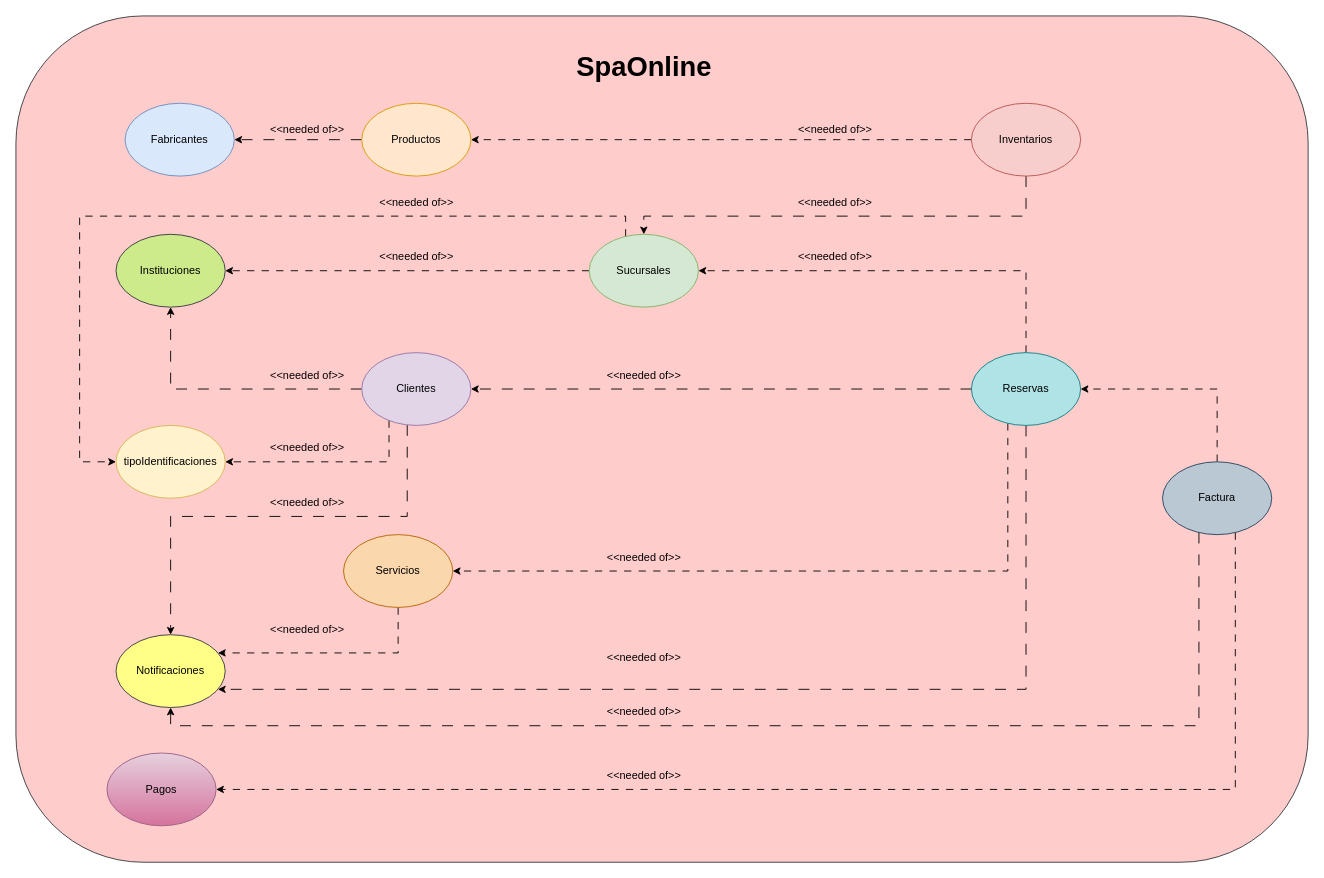
This is page "2. ModeloContextoDeLimitado" (2 of 16) of SpaOnline/ModeloDominioSpa.drawio from cristianospina/DOO, a draw.io file, before an edit. Source tidied: cells renumbered, new cells numbered last; positions are measured from the earlier drawing's top-left corner, leaving out a move shared by most shapes. Both pictures are drawn from the tidied source at 91%, with x=0, y=0 at pixel (15, 15).
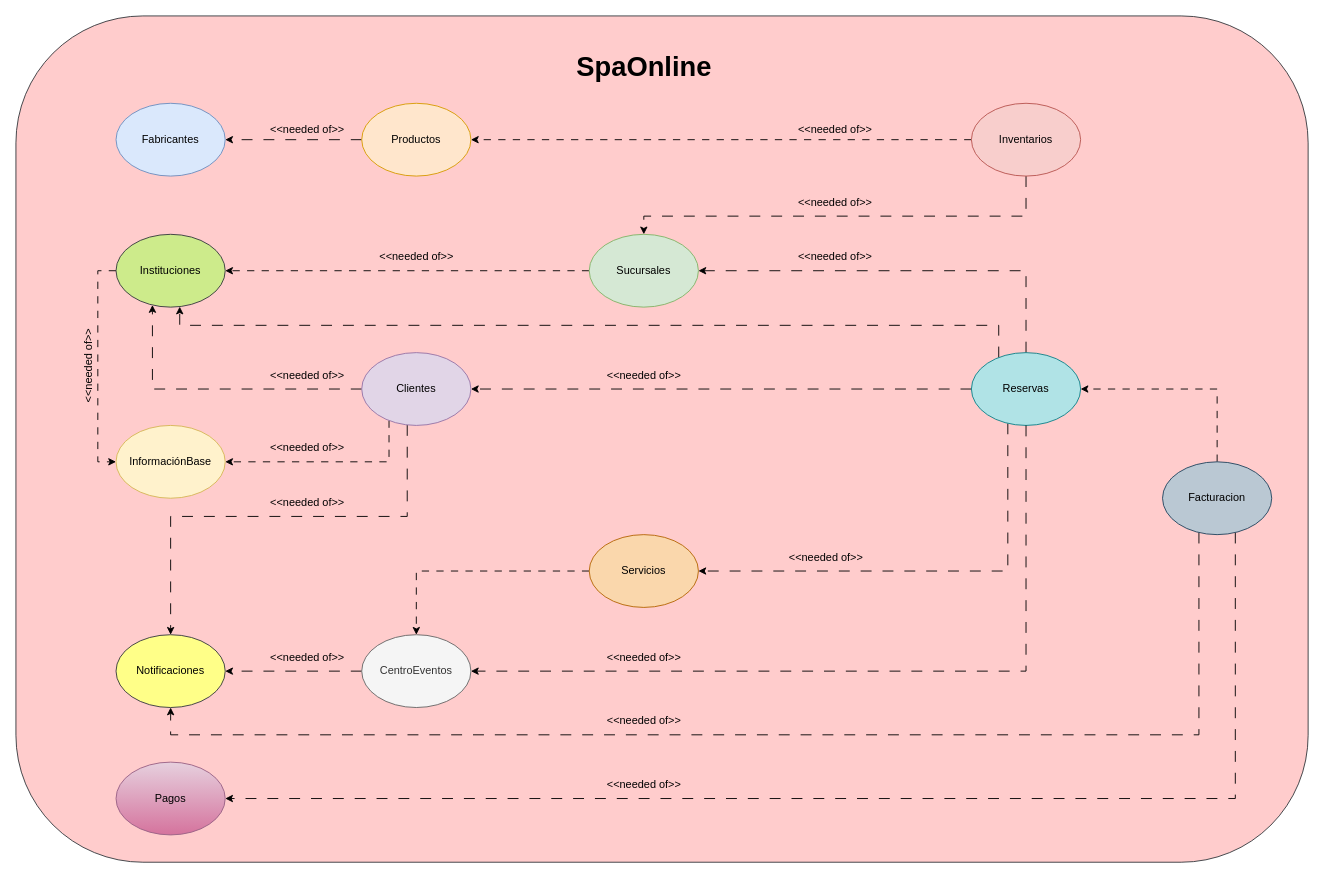
The same diagram, later.

The change refers to these unchanged cells:
```xml
<mxCell id="11" value="Sucursales" style="ellipse;whiteSpace=wrap;html=1;fillColor=#d5e8d4;strokeColor=#82b366;" parent="1" vertex="1">
  <mxGeometry x="630" y="240" width="120" height="80" as="geometry" />
</mxCell>
<mxCell id="22" value="Reservas" style="ellipse;whiteSpace=wrap;html=1;fillColor=#b0e3e6;strokeColor=#0e8088;" parent="1" vertex="1">
  <mxGeometry x="1050" y="370" width="120" height="80" as="geometry" />
</mxCell>
<mxCell id="23" value="Notificaciones" style="ellipse;whiteSpace=wrap;html=1;fillColor=#ffff88;strokeColor=#36393d;" parent="1" vertex="1">
  <mxGeometry x="110" y="680" width="120" height="80" as="geometry" />
</mxCell>
<mxCell id="24" value="Instituciones" style="ellipse;whiteSpace=wrap;html=1;fillColor=#cdeb8b;strokeColor=#36393d;" parent="1" vertex="1">
  <mxGeometry x="110" y="240" width="120" height="80" as="geometry" />
</mxCell>
<mxCell id="37" value="Clientes" style="ellipse;whiteSpace=wrap;html=1;fillColor=#e1d5e7;strokeColor=#9673a6;" parent="1" vertex="1">
  <mxGeometry x="380" y="370" width="120" height="80" as="geometry" />
</mxCell>
```

The edit, as a diff of the source:
```diff
@@
     <mxCell id="3" value="Fabricantes" style="ellipse;whiteSpace=wrap;html=1;fillColor=#dae8fc;strokeColor=#6c8ebf;" parent="1" vertex="1">
-      <mxGeometry x="120" y="96" width="120" height="80" as="geometry" />
+      <mxGeometry x="110" y="96" width="120" height="80" as="geometry" />
     </mxCell>
@@
-    <mxCell id="10" style="edgeStyle=orthogonalEdgeStyle;rounded=0;jettySize=auto;html=1;dashed=1;dashPattern=8 8;" parent="1" edge="1" source="11" target="42">
+    <mxCell id="10" style="edgeStyle=orthogonalEdgeStyle;rounded=0;jettySize=auto;html=1;dashed=1;dashPattern=8 8;" parent="1" edge="1" source="24" target="42">
       <mxGeometry relative="1" as="geometry">
         <Array as="points">
-          <mxPoint x="670" y="220" />
-          <mxPoint x="70" y="220" />
-          <mxPoint x="70" y="490" />
+          <mxPoint x="90" y="280" />
+          <mxPoint x="90" y="490" />
         </Array>
       </mxGeometry>
     </mxCell>
@@
     <mxCell id="13" style="edgeStyle=orthogonalEdgeStyle;rounded=0;jettySize=auto;html=1;dashed=1;dashPattern=12 12;" parent="1" edge="1" source="15" target="23">
       <mxGeometry relative="1" as="geometry">
         <Array as="points">
-          <mxPoint x="1300" y="780" />
-          <mxPoint x="170" y="780" />
+          <mxPoint x="1300" y="790" />
+          <mxPoint x="170" y="790" />
         </Array>
       </mxGeometry>
     </mxCell>
-    <mxCell id="14" style="edgeStyle=orthogonalEdgeStyle;rounded=0;jettySize=auto;html=1;dashed=1;dashPattern=8 8;" parent="1" edge="1" source="15" target="45">
+    <mxCell id="14" style="edgeStyle=orthogonalEdgeStyle;rounded=0;jettySize=auto;html=1;dashed=1;dashPattern=12 12;" parent="1" edge="1" source="15" target="45">
       <mxGeometry relative="1" as="geometry">
         <Array as="points">
-          <mxPoint x="1340" y="850" />
+          <mxPoint x="1340" y="860" />
         </Array>
       </mxGeometry>
     </mxCell>
-    <mxCell id="15" value="Factura" style="ellipse;whiteSpace=wrap;html=1;fillColor=#bac8d3;strokeColor=#23445d;" parent="1" vertex="1">
+    <mxCell id="15" value="Facturacion" style="ellipse;whiteSpace=wrap;html=1;fillColor=#bac8d3;strokeColor=#23445d;" parent="1" vertex="1">
       <mxGeometry x="1260" y="490" width="120" height="80" as="geometry" />
     </mxCell>
-    <mxCell id="16" style="edgeStyle=orthogonalEdgeStyle;rounded=0;jettySize=auto;html=1;dashed=1;dashPattern=8 8;" parent="1" edge="1" source="17" target="23">
+    <mxCell id="16" style="edgeStyle=orthogonalEdgeStyle;rounded=0;jettySize=auto;html=1;dashed=1;dashPattern=8 8;" parent="1" edge="1" source="17" target="49">
       <mxGeometry relative="1" as="geometry">
         <Array as="points">
-          <mxPoint x="420" y="700" />
+          <mxPoint x="440" y="610" />
         </Array>
       </mxGeometry>
     </mxCell>
     <mxCell id="17" value="Servicios" style="ellipse;whiteSpace=wrap;html=1;fillColor=#fad7ac;strokeColor=#b46504;" parent="1" vertex="1">
-      <mxGeometry x="360" y="570" width="120" height="80" as="geometry" />
+      <mxGeometry x="630" y="570" width="120" height="80" as="geometry" />
     </mxCell>
-    <mxCell id="18" style="edgeStyle=orthogonalEdgeStyle;rounded=0;jettySize=auto;html=1;dashed=1;dashPattern=8 8;" parent="1" edge="1" source="22" target="17">
+    <mxCell id="18" style="edgeStyle=orthogonalEdgeStyle;rounded=0;jettySize=auto;html=1;dashed=1;dashPattern=12 12;" parent="1" edge="1" source="22" target="17">
       <mxGeometry relative="1" as="geometry">
         <Array as="points">
           <mxPoint x="1090" y="610" />
         </Array>
       </mxGeometry>
     </mxCell>
-    <mxCell id="19" style="edgeStyle=orthogonalEdgeStyle;rounded=0;jettySize=auto;html=1;dashed=1;dashPattern=8 8;" parent="1" edge="1" source="22" target="11">
+    <mxCell id="19" style="edgeStyle=orthogonalEdgeStyle;rounded=0;jettySize=auto;html=1;dashed=1;dashPattern=12 12;" parent="1" edge="1" source="22" target="11">
       <mxGeometry relative="1" as="geometry">
         <Array as="points">
           <mxPoint x="1110" y="280" />
         </Array>
       </mxGeometry>
     </mxCell>
@@
-    <mxCell id="21" style="edgeStyle=orthogonalEdgeStyle;rounded=0;jettySize=auto;html=1;dashed=1;dashPattern=12 12;" parent="1" edge="1" source="22" target="23">
-      <mxGeometry relative="1" as="geometry">
-        <Array as="points">
-          <mxPoint x="1110" y="740" />
-        </Array>
-      </mxGeometry>
+    <mxCell id="21" style="edgeStyle=orthogonalEdgeStyle;rounded=0;jettySize=auto;html=1;dashed=1;dashPattern=12 12;" parent="1" edge="1" source="49" target="23">
+      <mxGeometry relative="1" as="geometry" />
     </mxCell>
+    <mxCell id="47" style="edgeStyle=orthogonalEdgeStyle;rounded=0;jettySize=auto;html=1;dashed=1;dashPattern=12 12;" parent="1" edge="1" source="22" target="24">
+      <mxGeometry relative="1" as="geometry">
+        <Array as="points">
+          <mxPoint x="1080" y="340" />
+          <mxPoint x="180" y="340" />
+        </Array>
+      </mxGeometry>
+    </mxCell>
@@
     <mxCell id="29" value="&amp;lt;&amp;lt;needed of&amp;gt;&amp;gt;" style="text;html=1;align=center;verticalAlign=middle;strokeColor=none;fillColor=none;" parent="1" vertex="1">
-      <mxGeometry x="640" y="580" width="100" height="30" as="geometry" />
+      <mxGeometry x="840" y="580" width="100" height="30" as="geometry" />
     </mxCell>
@@
     <mxCell id="32" value="&amp;lt;&amp;lt;needed of&amp;gt;&amp;gt;" style="text;html=1;align=center;verticalAlign=middle;strokeColor=none;fillColor=none;" parent="1" vertex="1">
-      <mxGeometry x="270" y="660" width="100" height="30" as="geometry" />
+      <mxGeometry x="270" y="690" width="100" height="30" as="geometry" />
     </mxCell>
@@
     <mxCell id="34" style="edgeStyle=orthogonalEdgeStyle;rounded=0;jettySize=auto;html=1;dashed=1;dashPattern=12 12;" parent="1" edge="1" source="37" target="24">
-      <mxGeometry relative="1" as="geometry" />
+      <mxGeometry relative="1" as="geometry">
+        <Array as="points">
+          <mxPoint x="150" y="410" />
+        </Array>
+      </mxGeometry>
     </mxCell>
@@
     <mxCell id="40" value="&amp;lt;&amp;lt;needed of&amp;gt;&amp;gt;" style="text;html=1;align=center;verticalAlign=middle;strokeColor=none;fillColor=none;" parent="1" vertex="1">
-      <mxGeometry x="640" y="750" width="100" height="30" as="geometry" />
+      <mxGeometry x="640" y="760" width="100" height="30" as="geometry" />
     </mxCell>
@@
-    <mxCell id="42" value="tipoIdentificaciones" style="ellipse;whiteSpace=wrap;html=1;fillColor=#fff2cc;strokeColor=#d6b656;" parent="1" vertex="1">
+    <mxCell id="42" value="InformaciónBase" style="ellipse;whiteSpace=wrap;html=1;fillColor=#fff2cc;strokeColor=#d6b656;" parent="1" vertex="1">
       <mxGeometry x="110" y="450" width="120" height="80" as="geometry" />
     </mxCell>
@@
-    <mxCell id="44" value="&amp;lt;&amp;lt;needed of&amp;gt;&amp;gt;" style="text;html=1;align=center;verticalAlign=middle;strokeColor=none;fillColor=none;" parent="1" vertex="1">
-      <mxGeometry x="390" y="190" width="100" height="30" as="geometry" />
+    <mxCell id="44" value="&amp;lt;&amp;lt;needed of&amp;gt;&amp;gt;" style="text;html=1;align=center;verticalAlign=middle;strokeColor=none;fillColor=none;rotation=-90;" parent="1" vertex="1">
+      <mxGeometry x="30" y="370" width="100" height="30" as="geometry" />
     </mxCell>
     <mxCell id="45" value="Pagos" style="ellipse;whiteSpace=wrap;html=1;fillColor=#e6d0de;strokeColor=#996185;gradientColor=#d5739d;" parent="1" vertex="1">
-      <mxGeometry x="100" y="810" width="120" height="80" as="geometry" />
+      <mxGeometry x="110" y="820" width="120" height="80" as="geometry" />
     </mxCell>
     <mxCell id="46" value="&amp;lt;&amp;lt;needed of&amp;gt;&amp;gt;" style="text;html=1;align=center;verticalAlign=middle;strokeColor=none;fillColor=none;" parent="1" vertex="1">
-      <mxGeometry x="640" y="820" width="100" height="30" as="geometry" />
+      <mxGeometry x="640" y="830" width="100" height="30" as="geometry" />
     </mxCell>
+    <mxCell id="48" style="edgeStyle=orthogonalEdgeStyle;rounded=0;jettySize=auto;html=1;dashed=1;dashPattern=12 12;" parent="1" edge="1" source="22" target="49">
+      <mxGeometry relative="1" as="geometry">
+        <Array as="points">
+          <mxPoint x="1110" y="720" />
+        </Array>
+      </mxGeometry>
+    </mxCell>
+    <mxCell id="49" value="CentroEventos" style="ellipse;whiteSpace=wrap;html=1;fillColor=#f5f5f5;strokeColor=#666666;fontColor=#333333;" parent="1" vertex="1">
+      <mxGeometry x="380" y="680" width="120" height="80" as="geometry" />
+    </mxCell>
```
